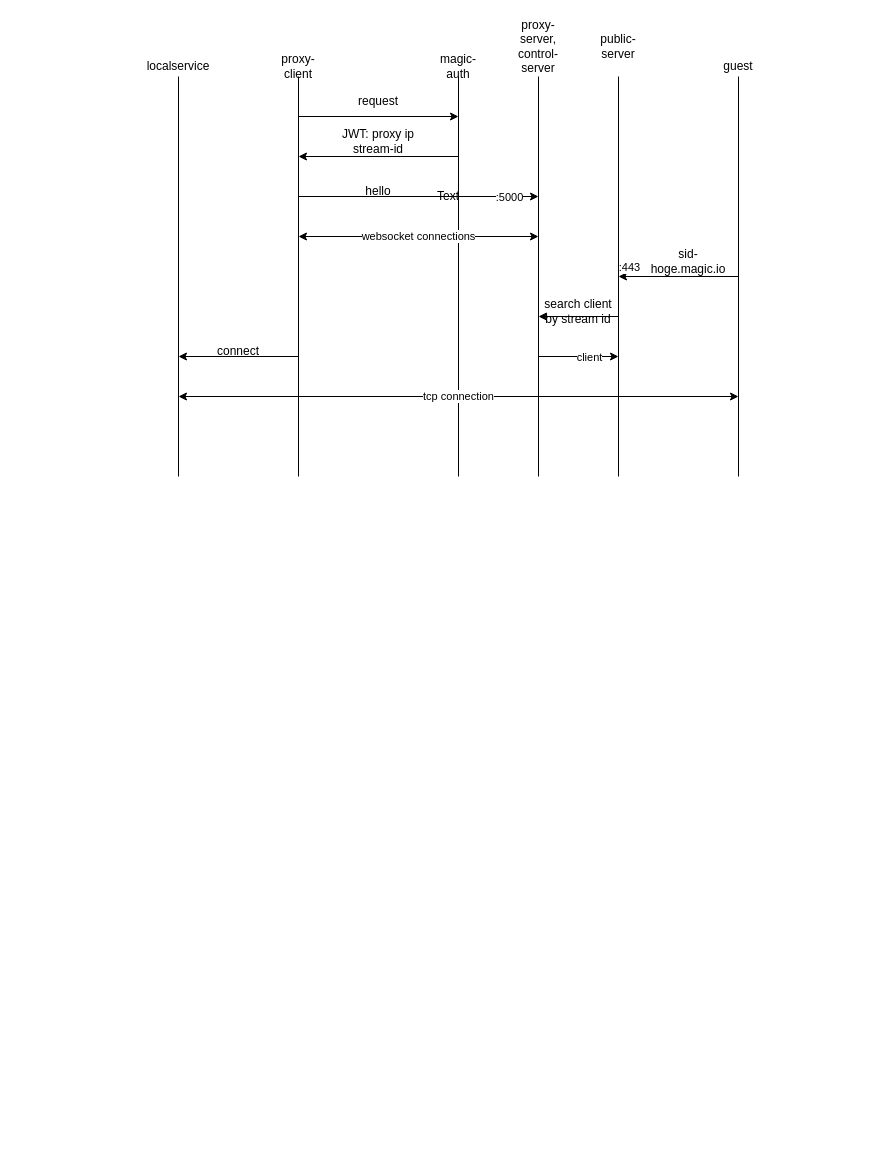
Above: docs/flow.dio in Kumassy/ownserver (draw.io), before the change. Source tidied: cells renumbered, new cells numbered last; positions are measured from the earlier drawing's top-left corner, leaving out a move shared by most shapes. Both pictures are drawn from the tidied source at 100%, with x=0, y=0 at pixel (158, 36).
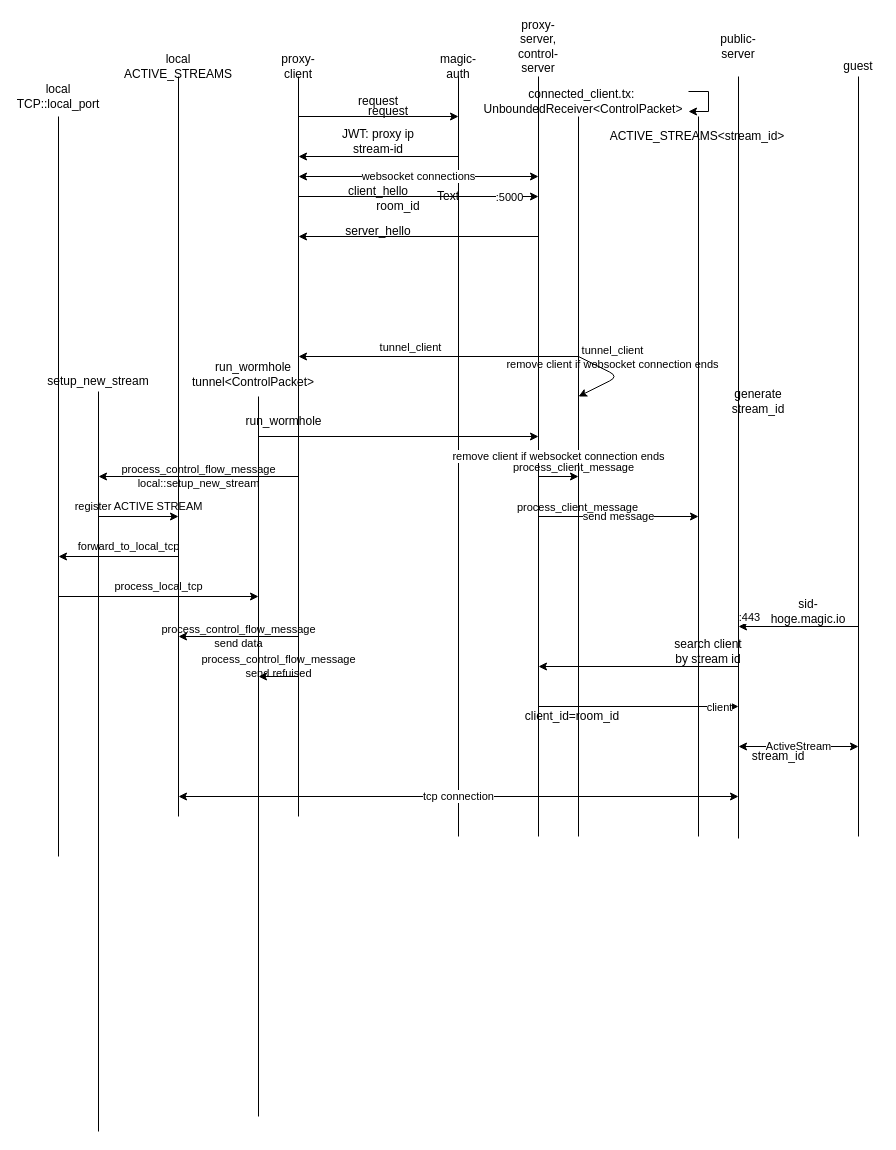
The same diagram, later.

The edit, as a diff of the source:
```diff
@@
     <mxCell id="4" style="endArrow=none;html=1;strokeColor=#000000;" parent="1" edge="1">
       <mxGeometry relative="1" as="geometry">
-        <mxPoint x="140" y="440" as="sourcePoint" />
+        <mxPoint x="140" y="780" as="sourcePoint" />
         <mxPoint x="140" y="40" as="targetPoint" />
       </mxGeometry>
     </mxCell>
     <mxCell id="5" style="endArrow=none;html=1;strokeColor=#000000;" parent="1" edge="1">
       <mxGeometry relative="1" as="geometry">
-        <mxPoint x="380" y="440" as="sourcePoint" />
+        <mxPoint x="380" y="800" as="sourcePoint" />
         <mxPoint x="380" y="40" as="targetPoint" />
       </mxGeometry>
     </mxCell>
@@
     <mxCell id="8" style="endArrow=none;html=1;strokeColor=#000000;" parent="1" edge="1">
       <mxGeometry relative="1" as="geometry">
-        <mxPoint x="300" y="440" as="sourcePoint" />
+        <mxPoint x="300" y="800" as="sourcePoint" />
         <mxPoint x="300" y="40" as="targetPoint" />
       </mxGeometry>
     </mxCell>
@@
-    <mxCell id="15" value="&lt;font color=&quot;#000000&quot;&gt;hello&lt;/font&gt;" style="text;html=1;strokeColor=none;fillColor=none;align=center;verticalAlign=middle;whiteSpace=wrap;rounded=0;" parent="1" vertex="1">
+    <mxCell id="15" value="&lt;font color=&quot;#000000&quot;&gt;client_hello&lt;/font&gt;" style="text;html=1;strokeColor=none;fillColor=none;align=center;verticalAlign=middle;whiteSpace=wrap;rounded=0;" parent="1" vertex="1">
       <mxGeometry x="180" y="150" width="80" height="10" as="geometry" />
     </mxCell>
     <mxCell id="16" value="&lt;font&gt;websocket connections&lt;/font&gt;" style="endArrow=classic;startArrow=classic;html=1;strokeColor=#000000;labelBackgroundColor=#ffffff;fontColor=#000000;" parent="1" edge="1">
       <mxGeometry relative="1" as="geometry">
-        <mxPoint x="140" y="200" as="sourcePoint" />
-        <mxPoint x="380" y="200" as="targetPoint" />
+        <mxPoint x="140" y="140" as="sourcePoint" />
+        <mxPoint x="380" y="140" as="targetPoint" />
       </mxGeometry>
     </mxCell>
     <mxCell id="17" style="endArrow=none;html=1;strokeColor=#000000;" parent="1" edge="1">
       <mxGeometry relative="1" as="geometry">
-        <mxPoint x="20" y="440" as="sourcePoint" />
+        <mxPoint x="20" y="780" as="sourcePoint" />
         <mxPoint x="20" y="40" as="targetPoint" />
       </mxGeometry>
     </mxCell>
     <mxCell id="18" style="endArrow=none;html=1;strokeColor=#000000;" parent="1" edge="1">
       <mxGeometry relative="1" as="geometry">
-        <mxPoint x="580" y="440" as="sourcePoint" />
-        <mxPoint x="580" y="40" as="targetPoint" />
+        <mxPoint x="700" y="800" as="sourcePoint" />
+        <mxPoint x="700" y="40" as="targetPoint" />
       </mxGeometry>
     </mxCell>
     <mxCell id="19" value="&lt;font color=&quot;#000000&quot;&gt;guest&lt;/font&gt;" style="text;html=1;strokeColor=none;fillColor=none;align=center;verticalAlign=middle;whiteSpace=wrap;rounded=0;" parent="1" vertex="1">
-      <mxGeometry x="560" y="20" width="40" height="20" as="geometry" />
+      <mxGeometry x="680" y="20" width="40" height="20" as="geometry" />
     </mxCell>
     <mxCell id="20" style="endArrow=classic;html=1;strokeColor=#000000;" parent="1" edge="1">
       <mxGeometry relative="1" as="geometry">
-        <mxPoint x="580" y="240" as="sourcePoint" />
-        <mxPoint x="460" y="240" as="targetPoint" />
+        <mxPoint x="700" y="590" as="sourcePoint" />
+        <mxPoint x="580" y="590" as="targetPoint" />
       </mxGeometry>
     </mxCell>
@@
     <mxCell id="22" value="&lt;font color=&quot;#000000&quot;&gt;sid-hoge.magic.io&lt;/font&gt;" style="text;html=1;strokeColor=none;fillColor=none;align=center;verticalAlign=middle;whiteSpace=wrap;rounded=0;" parent="1" vertex="1">
-      <mxGeometry x="490" y="220" width="80" height="10" as="geometry" />
+      <mxGeometry x="610" y="570" width="80" height="10" as="geometry" />
     </mxCell>
-    <mxCell id="23" style="endArrow=classic;html=1;strokeColor=#000000;" parent="1" edge="1">
-      <mxGeometry relative="1" as="geometry">
-        <mxPoint x="140" y="320" as="sourcePoint" />
-        <mxPoint x="20" y="320" as="targetPoint" />
-      </mxGeometry>
-    </mxCell>
-    <mxCell id="24" value="&lt;font color=&quot;#000000&quot;&gt;connect&lt;/font&gt;" style="text;html=1;strokeColor=none;fillColor=none;align=center;verticalAlign=middle;whiteSpace=wrap;rounded=0;" parent="1" vertex="1">
-      <mxGeometry x="40" y="310" width="80" height="10" as="geometry" />
-    </mxCell>
-    <mxCell id="25" value="&lt;font color=&quot;#000000&quot;&gt;localservice&lt;/font&gt;" style="text;html=1;strokeColor=none;fillColor=none;align=center;verticalAlign=middle;whiteSpace=wrap;rounded=0;" parent="1" vertex="1">
+    <mxCell id="25" value="&lt;font color=&quot;#000000&quot;&gt;local&lt;br&gt;ACTIVE_STREAMS&lt;br&gt;&lt;/font&gt;" style="text;html=1;strokeColor=none;fillColor=none;align=center;verticalAlign=middle;whiteSpace=wrap;rounded=0;" parent="1" vertex="1">
       <mxGeometry y="20" width="40" height="20" as="geometry" />
     </mxCell>
     <mxCell id="26" value="tcp connection" style="endArrow=classic;startArrow=classic;html=1;strokeColor=#000000;labelBackgroundColor=#ffffff;fontColor=#000000;" parent="1" edge="1">
       <mxGeometry relative="1" as="geometry">
-        <mxPoint x="20" y="360" as="sourcePoint" />
-        <mxPoint x="580" y="360" as="targetPoint" />
+        <mxPoint x="20" y="760" as="sourcePoint" />
+        <mxPoint x="580" y="760" as="targetPoint" />
       </mxGeometry>
     </mxCell>
     <mxCell id="27" style="endArrow=none;html=1;strokeColor=#000000;" parent="1" edge="1">
       <mxGeometry relative="1" as="geometry">
-        <mxPoint x="460" y="440" as="sourcePoint" />
-        <mxPoint x="460" y="40" as="targetPoint" />
+        <mxPoint x="580" y="802" as="sourcePoint" />
+        <mxPoint x="580" y="40" as="targetPoint" />
       </mxGeometry>
     </mxCell>
     <mxCell id="28" value="&lt;font color=&quot;#000000&quot;&gt;public-server&lt;/font&gt;" style="text;html=1;strokeColor=none;fillColor=none;align=center;verticalAlign=middle;whiteSpace=wrap;rounded=0;" parent="1" vertex="1">
-      <mxGeometry x="440" width="40" height="20" as="geometry" />
+      <mxGeometry x="560" width="40" height="20" as="geometry" />
     </mxCell>
     <mxCell id="29" style="endArrow=classic;html=1;strokeColor=#000000;" parent="1" edge="1">
       <mxGeometry relative="1" as="geometry">
-        <mxPoint x="460" y="280" as="sourcePoint" />
-        <mxPoint x="380" y="280" as="targetPoint" />
+        <mxPoint x="580" y="630" as="sourcePoint" />
+        <mxPoint x="380" y="630" as="targetPoint" />
       </mxGeometry>
     </mxCell>
     <mxCell id="30" value="&lt;font color=&quot;#000000&quot;&gt;search client by stream id&lt;/font&gt;" style="text;html=1;strokeColor=none;fillColor=none;align=center;verticalAlign=middle;whiteSpace=wrap;rounded=0;" parent="1" vertex="1">
-      <mxGeometry x="380" y="270" width="80" height="10" as="geometry" />
+      <mxGeometry x="510" y="610" width="80" height="10" as="geometry" />
     </mxCell>
-    <mxCell id="31" style="endArrow=classic;html=1;strokeColor=#000000;" parent="1" edge="1">
-      <mxGeometry relative="1" as="geometry">
-        <mxPoint x="380" y="320" as="sourcePoint" />
-        <mxPoint x="460" y="320" as="targetPoint" />
-      </mxGeometry>
-    </mxCell>
+    <mxCell id="33" value="ActiveStream" style="endArrow=classic;startArrow=classic;html=1;strokeColor=#000000;labelBackgroundColor=#ffffff;fontColor=#000000;" parent="1" edge="1">
+      <mxGeometry relative="1" as="geometry">
+        <mxPoint x="580" y="710" as="sourcePoint" />
+        <mxPoint x="700" y="710" as="targetPoint" />
+      </mxGeometry>
+    </mxCell>
+    <mxCell id="34" value="room_id" style="text;html=1;strokeColor=none;fillColor=none;align=center;verticalAlign=middle;whiteSpace=wrap;rounded=0;fontColor=#000000;" parent="1" vertex="1">
+      <mxGeometry x="220" y="160" width="40" height="20" as="geometry" />
+    </mxCell>
+    <mxCell id="35" value="client_id=room_id" style="text;html=1;strokeColor=none;fillColor=none;align=center;verticalAlign=middle;whiteSpace=wrap;rounded=0;fontColor=#000000;" parent="1" vertex="1">
+      <mxGeometry x="394" y="670" width="40" height="20" as="geometry" />
+    </mxCell>
+    <mxCell id="36" style="endArrow=classic;html=1;strokeColor=#000000;" parent="1" edge="1">
+      <mxGeometry relative="1" as="geometry">
+        <mxPoint x="380" y="670" as="sourcePoint" />
+        <mxPoint x="580" y="670" as="targetPoint" />
+      </mxGeometry>
+    </mxCell>
-    <mxCell id="32" value="client" style="edgeLabel;html=1;align=center;verticalAlign=middle;fontColor=#000000;labelBackgroundColor=#ffffff;" parent="31" vertex="1">
+    <mxCell id="32" value="client" style="edgeLabel;html=1;align=center;verticalAlign=middle;fontColor=#000000;labelBackgroundColor=#ffffff;" parent="36" vertex="1">
       <mxGeometry x="0.86" y="1" relative="1" as="geometry">
-        <mxPoint x="-24" y="1" as="offset" />
+        <mxPoint x="-6" y="1" as="offset" />
       </mxGeometry>
     </mxCell>
+    <mxCell id="37" value="stream_id" style="text;html=1;strokeColor=none;fillColor=none;align=center;verticalAlign=middle;whiteSpace=wrap;rounded=0;fontColor=#000000;" parent="1" vertex="1">
+      <mxGeometry x="600" y="710" width="40" height="20" as="geometry" />
+    </mxCell>
+    <mxCell id="38" style="endArrow=classic;html=1;strokeColor=#000000;" parent="1" edge="1">
+      <mxGeometry relative="1" as="geometry">
+        <mxPoint x="380" y="200" as="sourcePoint" />
+        <mxPoint x="140" y="200" as="targetPoint" />
+      </mxGeometry>
+    </mxCell>
+    <mxCell id="39" value="&lt;font color=&quot;#000000&quot;&gt;server_hello&lt;/font&gt;" style="text;html=1;strokeColor=none;fillColor=none;align=center;verticalAlign=middle;whiteSpace=wrap;rounded=0;" parent="1" vertex="1">
+      <mxGeometry x="180" y="190" width="80" height="10" as="geometry" />
+    </mxCell>
+    <mxCell id="40" style="endArrow=none;html=1;strokeColor=#000000;" parent="1" edge="1">
+      <mxGeometry relative="1" as="geometry">
+        <mxPoint x="420" y="800" as="sourcePoint" />
+        <mxPoint x="420" y="80" as="targetPoint" />
+      </mxGeometry>
+    </mxCell>
+    <mxCell id="41" value="&lt;span class=&quot;pl-en&quot; style=&quot;box-sizing: border-box&quot;&gt;connected_client.tx:&amp;nbsp;&lt;br&gt;&lt;span style=&quot;&quot;&gt;UnboundedReceiver&amp;lt;ControlPacket&amp;gt;&lt;/span&gt;&lt;br&gt;&lt;/span&gt;" style="text;html=1;strokeColor=none;fillColor=none;align=center;verticalAlign=middle;whiteSpace=wrap;rounded=0;fontColor=#000000;labelBackgroundColor=none;" parent="1" vertex="1">
+      <mxGeometry x="320" y="47.5" width="210" height="35" as="geometry" />
+    </mxCell>
+    <mxCell id="42" style="endArrow=classic;html=1;strokeColor=#000000;labelBackgroundColor=#ffffff;" parent="1" edge="1">
+      <mxGeometry relative="1" as="geometry">
+        <mxPoint x="420" y="320" as="sourcePoint" />
+        <mxPoint x="140" y="320" as="targetPoint" />
+      </mxGeometry>
+    </mxCell>
+    <mxCell id="43" value="tunnel_client" style="edgeLabel;html=1;align=center;verticalAlign=middle;labelBackgroundColor=none;fontColor=#000000;" parent="42" vertex="1">
+      <mxGeometry x="0.21" y="3" relative="1" as="geometry">
+        <mxPoint y="-13" as="offset" />
+      </mxGeometry>
+    </mxCell>
+    <mxCell id="44" style="edgeStyle=orthogonalEdgeStyle;rounded=0;orthogonalLoop=1;jettySize=auto;html=1;labelBackgroundColor=#ffffff;fontColor=#000000;" parent="1" edge="1" source="41" target="41">
+      <mxGeometry relative="1" as="geometry" />
+    </mxCell>
+    <mxCell id="45" value="&lt;font color=&quot;#000000&quot;&gt;remove client if websocket connection ends&lt;/font&gt;" style="endArrow=classic;html=1;strokeColor=#000000;labelBackgroundColor=#ffffff;" parent="1" edge="1">
+      <mxGeometry y="20" relative="1" as="geometry">
+        <mxPoint x="380" y="440" as="sourcePoint" />
+        <mxPoint x="420" y="440" as="targetPoint" />
+      </mxGeometry>
+    </mxCell>
+    <mxCell id="46" value="process_client_message" style="edgeLabel;html=1;align=center;verticalAlign=middle;labelBackgroundColor=none;fontColor=#000000;" parent="45" vertex="1">
+      <mxGeometry x="0.21" y="3" relative="1" as="geometry">
+        <mxPoint x="10" y="-7" as="offset" />
+      </mxGeometry>
+    </mxCell>
+    <mxCell id="47" style="endArrow=none;html=1;strokeColor=#000000;" parent="1" edge="1">
+      <mxGeometry relative="1" as="geometry">
+        <mxPoint x="540" y="800" as="sourcePoint" />
+        <mxPoint x="540" y="80" as="targetPoint" />
+      </mxGeometry>
+    </mxCell>
+    <mxCell id="48" value="&lt;span class=&quot;pl-en&quot; style=&quot;box-sizing: border-box&quot;&gt;ACTIVE_STREAMS&amp;lt;stream_id&amp;gt;&lt;br&gt;&lt;/span&gt;" style="text;html=1;strokeColor=none;fillColor=none;align=center;verticalAlign=middle;whiteSpace=wrap;rounded=0;fontColor=#000000;labelBackgroundColor=none;" parent="1" vertex="1">
+      <mxGeometry x="434" y="82.5" width="210" height="35" as="geometry" />
+    </mxCell>
+    <mxCell id="49" value="&lt;font color=&quot;#000000&quot;&gt;send message&lt;/font&gt;" style="endArrow=classic;html=1;strokeColor=#000000;labelBackgroundColor=#ffffff;" parent="1" edge="1">
+      <mxGeometry relative="1" as="geometry">
+        <mxPoint x="380" y="480" as="sourcePoint" />
+        <mxPoint x="540" y="480" as="targetPoint" />
+      </mxGeometry>
+    </mxCell>
+    <mxCell id="50" value="process_client_message" style="edgeLabel;html=1;align=center;verticalAlign=middle;labelBackgroundColor=none;fontColor=#000000;" parent="49" vertex="1">
+      <mxGeometry x="0.21" y="3" relative="1" as="geometry">
+        <mxPoint x="-59" y="-7" as="offset" />
+      </mxGeometry>
+    </mxCell>
+    <mxCell id="51" style="endArrow=classic;html=1;strokeColor=#000000;labelBackgroundColor=#ffffff;" parent="1" edge="1">
+      <mxGeometry relative="1" as="geometry">
+        <mxPoint x="420" y="320" as="sourcePoint" />
+        <mxPoint x="420" y="360" as="targetPoint" />
+        <Array as="points">
+          <mxPoint x="460" y="340" />
+        </Array>
+      </mxGeometry>
+    </mxCell>
+    <mxCell id="52" value="tunnel_client&lt;br&gt;remove client if websocket connection ends" style="edgeLabel;html=1;align=center;verticalAlign=middle;labelBackgroundColor=none;fontColor=#000000;" parent="51" vertex="1">
+      <mxGeometry x="0.21" y="3" relative="1" as="geometry">
+        <mxPoint y="-26.8" as="offset" />
+      </mxGeometry>
+    </mxCell>
+    <mxCell id="53" style="endArrow=none;html=1;strokeColor=#000000;" parent="1" edge="1">
+      <mxGeometry relative="1" as="geometry">
+        <mxPoint x="100" y="1080" as="sourcePoint" />
+        <mxPoint x="100" y="360" as="targetPoint" />
+      </mxGeometry>
+    </mxCell>
+    <mxCell id="54" value="&lt;span class=&quot;pl-en&quot; style=&quot;box-sizing: border-box&quot;&gt;run_wormhole&lt;br&gt;tunnel&amp;lt;ControlPacket&amp;gt;&lt;br&gt;&lt;/span&gt;" style="text;html=1;strokeColor=none;fillColor=none;align=center;verticalAlign=middle;whiteSpace=wrap;rounded=0;fontColor=#000000;labelBackgroundColor=none;" parent="1" vertex="1">
+      <mxGeometry x="-10" y="320" width="210" height="35" as="geometry" />
+    </mxCell>
+    <mxCell id="55" style="endArrow=classic;html=1;strokeColor=#000000;" parent="1" edge="1">
+      <mxGeometry relative="1" as="geometry">
+        <mxPoint x="100" y="400" as="sourcePoint" />
+        <mxPoint x="380" y="400" as="targetPoint" />
+      </mxGeometry>
+    </mxCell>
+    <mxCell id="56" value="&lt;font color=&quot;#000000&quot;&gt;request&lt;/font&gt;" style="text;html=1;strokeColor=none;fillColor=none;align=center;verticalAlign=middle;whiteSpace=wrap;rounded=0;" parent="1" vertex="1">
+      <mxGeometry x="210" y="70" width="40" height="10" as="geometry" />
+    </mxCell>
+    <mxCell id="57" value="process_control_flow_message&lt;br&gt;local::setup_new_stream" style="endArrow=classic;html=1;strokeColor=#000000;labelBackgroundColor=none;fontColor=#000000;" parent="1" edge="1">
+      <mxGeometry relative="1" as="geometry">
+        <mxPoint x="140" y="440" as="sourcePoint" />
+        <mxPoint x="-60" y="440" as="targetPoint" />
+      </mxGeometry>
+    </mxCell>
+    <mxCell id="58" value="process_control_flow_message&lt;br&gt;send data" style="endArrow=classic;html=1;strokeColor=#000000;labelBackgroundColor=none;fontColor=#000000;" parent="1" edge="1">
+      <mxGeometry relative="1" as="geometry">
+        <mxPoint x="140" y="600" as="sourcePoint" />
+        <mxPoint x="20" y="600" as="targetPoint" />
+      </mxGeometry>
+    </mxCell>
+    <mxCell id="59" value="process_control_flow_message&lt;br&gt;send refuised" style="endArrow=classic;html=1;strokeColor=#000000;labelBackgroundColor=none;fontColor=#000000;" parent="1" edge="1">
+      <mxGeometry y="-10" relative="1" as="geometry">
+        <mxPoint x="140" y="640" as="sourcePoint" />
+        <mxPoint x="100" y="640" as="targetPoint" />
+      </mxGeometry>
+    </mxCell>
+    <mxCell id="60" style="endArrow=none;html=1;strokeColor=#000000;" parent="1" edge="1">
+      <mxGeometry relative="1" as="geometry">
+        <mxPoint x="-100" y="820" as="sourcePoint" />
+        <mxPoint x="-100" y="80" as="targetPoint" />
+      </mxGeometry>
+    </mxCell>
+    <mxCell id="61" value="&lt;font color=&quot;#000000&quot;&gt;local&lt;br&gt;TCP::local_port&lt;br&gt;&lt;/font&gt;" style="text;html=1;strokeColor=none;fillColor=none;align=center;verticalAlign=middle;whiteSpace=wrap;rounded=0;" parent="1" vertex="1">
+      <mxGeometry x="-120" y="50" width="40" height="20" as="geometry" />
+    </mxCell>
+    <mxCell id="62" style="endArrow=none;html=1;strokeColor=#000000;" parent="1" edge="1">
+      <mxGeometry relative="1" as="geometry">
+        <mxPoint x="-60" y="1095" as="sourcePoint" />
+        <mxPoint x="-60" y="355" as="targetPoint" />
+      </mxGeometry>
+    </mxCell>
+    <mxCell id="63" value="&lt;font color=&quot;#000000&quot;&gt;setup_new_stream&lt;br&gt;&lt;/font&gt;" style="text;html=1;strokeColor=none;fillColor=none;align=center;verticalAlign=middle;whiteSpace=wrap;rounded=0;" parent="1" vertex="1">
+      <mxGeometry x="-80" y="335" width="40" height="20" as="geometry" />
+    </mxCell>
+    <mxCell id="64" value="register ACTIVE STREAM" style="endArrow=classic;html=1;strokeColor=#000000;labelBackgroundColor=none;fontColor=#000000;" parent="1" edge="1">
+      <mxGeometry y="10" relative="1" as="geometry">
+        <mxPoint x="-60" y="480" as="sourcePoint" />
+        <mxPoint x="20" y="480" as="targetPoint" />
+      </mxGeometry>
+    </mxCell>
+    <mxCell id="65" value="forward_to_local_tcp" style="endArrow=classic;html=1;strokeColor=#000000;labelBackgroundColor=none;fontColor=#000000;" parent="1" edge="1">
+      <mxGeometry x="-0.17" y="-10" relative="1" as="geometry">
+        <mxPoint x="20" y="520" as="sourcePoint" />
+        <mxPoint x="-100" y="520" as="targetPoint" />
+      </mxGeometry>
+    </mxCell>
+    <mxCell id="66" value="process_local_tcp" style="endArrow=classic;html=1;strokeColor=#000000;labelBackgroundColor=none;fontColor=#000000;" parent="1" edge="1">
+      <mxGeometry y="10" relative="1" as="geometry">
+        <mxPoint x="-100" y="560" as="sourcePoint" />
+        <mxPoint x="100" y="560" as="targetPoint" />
+      </mxGeometry>
+    </mxCell>
+    <mxCell id="67" value="generate stream_id" style="text;html=1;strokeColor=none;fillColor=none;align=center;verticalAlign=middle;whiteSpace=wrap;rounded=0;labelBackgroundColor=none;fontColor=#000000;" parent="1" vertex="1">
+      <mxGeometry x="580" y="355" width="40" height="20" as="geometry" />
+    </mxCell>
+    <mxCell id="68" value="run_wormhole" style="text;html=1;align=center;verticalAlign=middle;fontColor=#000000;" parent="1" vertex="1">
+      <mxGeometry x="80" y="375" width="90" height="20" as="geometry" />
+    </mxCell>
```
